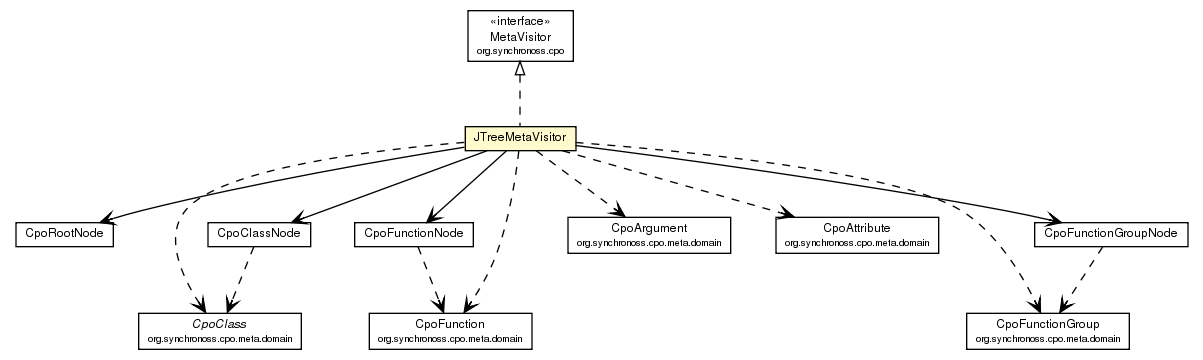
The Graphviz diagram site/apidocs/org/synchronoss/cpo/util/JTreeMetaVisitor.png in synchronoss/cpo-util, before a commit. Its source is kept beside it as site/apidocs/org/synchronoss/cpo/util/JTreeMetaVisitor.dot.
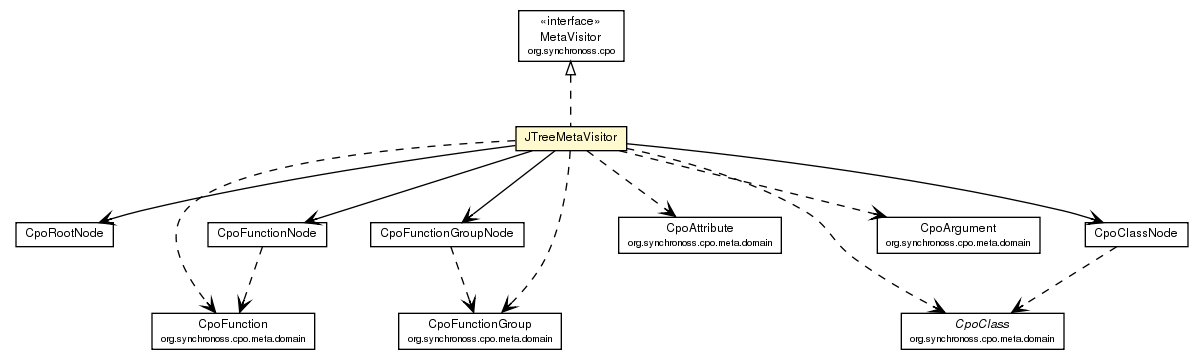
After the commit.

What changed in the source:
```diff
@@ -34,37 +34,37 @@
 	c1707:p -> c1721:p [taillabel="", label="", headlabel="", fontname="Helvetica", fontcolor="black", fontsize=10.0, color="black", arrowhead=open];
 	c1707:p -> c1765:p [taillabel="", label="", headlabel="", fontname="Helvetica", fontcolor="black", fontsize=10.0, color="black", arrowhead=open, style=dashed];
 	c1707:p -> c1766:p [taillabel="", label="", headlabel="", fontname="Helvetica", fontcolor="black", fontsize=10.0, color="black", arrowhead=open, style=dashed];
-	c1707:p -> c1767:p [taillabel="", label="", headlabel="", fontname="Helvetica", fontcolor="black", fontsize=10.0, color="black", arrowhead=open, style=dashed];
 	c1707:p -> c1768:p [taillabel="", label="", headlabel="", fontname="Helvetica", fontcolor="black", fontsize=10.0, color="black", arrowhead=open, style=dashed];
+	c1707:p -> c1769:p [taillabel="", label="", headlabel="", fontname="Helvetica", fontcolor="black", fontsize=10.0, color="black", arrowhead=open, style=dashed];
 	c1707:p -> c1770:p [taillabel="", label="", headlabel="", fontname="Helvetica", fontcolor="black", fontsize=10.0, color="black", arrowhead=open, style=dashed];
-	c1721:p -> c1768:p [taillabel="", label="", headlabel="", fontname="Helvetica", fontcolor="black", fontsize=10.0, color="black", arrowhead=open, style=dashed];
-	c1723:p -> c1765:p [taillabel="", label="", headlabel="", fontname="Helvetica", fontcolor="black", fontsize=10.0, color="black", arrowhead=open, style=dashed];
-	c1728:p -> c1770:p [taillabel="", label="", headlabel="", fontname="Helvetica", fontcolor="black", fontsize=10.0, color="black", arrowhead=open, style=dashed];
-	c1765 [label=<<table border="0" cellborder="1" cellspacing="0" cellpadding="2" port="p" href="http://java.sun.com/j2se/1.4.2/docs/api/org/synchronoss/cpo/meta/domain/CpoClass.html">
+	c1721:p -> c1765:p [taillabel="", label="", headlabel="", fontname="Helvetica", fontcolor="black", fontsize=10.0, color="black", arrowhead=open, style=dashed];
+	c1723:p -> c1770:p [taillabel="", label="", headlabel="", fontname="Helvetica", fontcolor="black", fontsize=10.0, color="black", arrowhead=open, style=dashed];
+	c1728:p -> c1768:p [taillabel="", label="", headlabel="", fontname="Helvetica", fontcolor="black", fontsize=10.0, color="black", arrowhead=open, style=dashed];
+	c1770 [label=<<table border="0" cellborder="1" cellspacing="0" cellpadding="2" port="p" href="http://java.sun.com/j2se/1.4.2/docs/api/org/synchronoss/cpo/meta/domain/CpoClass.html">
 		<tr><td><table border="0" cellspacing="0" cellpadding="1">
 			<tr><td><font face="Helvetica-Oblique"> CpoClass </font></td></tr>
 			<tr><td><font point-size="7.0"> org.synchronoss.cpo.meta.domain </font></td></tr>
 		</table></td></tr>
 		</table>>, fontname="Helvetica", fontcolor="black", fontsize=9.0];
-	c1766 [label=<<table border="0" cellborder="1" cellspacing="0" cellpadding="2" port="p" href="http://java.sun.com/j2se/1.4.2/docs/api/org/synchronoss/cpo/meta/domain/CpoArgument.html">
+	c1769 [label=<<table border="0" cellborder="1" cellspacing="0" cellpadding="2" port="p" href="http://java.sun.com/j2se/1.4.2/docs/api/org/synchronoss/cpo/meta/domain/CpoArgument.html">
 		<tr><td><table border="0" cellspacing="0" cellpadding="1">
 			<tr><td> CpoArgument </td></tr>
 			<tr><td><font point-size="7.0"> org.synchronoss.cpo.meta.domain </font></td></tr>
 		</table></td></tr>
 		</table>>, fontname="Helvetica", fontcolor="black", fontsize=9.0];
-	c1767 [label=<<table border="0" cellborder="1" cellspacing="0" cellpadding="2" port="p" href="http://java.sun.com/j2se/1.4.2/docs/api/org/synchronoss/cpo/meta/domain/CpoAttribute.html">
+	c1766 [label=<<table border="0" cellborder="1" cellspacing="0" cellpadding="2" port="p" href="http://java.sun.com/j2se/1.4.2/docs/api/org/synchronoss/cpo/meta/domain/CpoAttribute.html">
 		<tr><td><table border="0" cellspacing="0" cellpadding="1">
 			<tr><td> CpoAttribute </td></tr>
 			<tr><td><font point-size="7.0"> org.synchronoss.cpo.meta.domain </font></td></tr>
 		</table></td></tr>
 		</table>>, fontname="Helvetica", fontcolor="black", fontsize=9.0];
-	c1768 [label=<<table border="0" cellborder="1" cellspacing="0" cellpadding="2" port="p" href="http://java.sun.com/j2se/1.4.2/docs/api/org/synchronoss/cpo/meta/domain/CpoFunction.html">
+	c1765 [label=<<table border="0" cellborder="1" cellspacing="0" cellpadding="2" port="p" href="http://java.sun.com/j2se/1.4.2/docs/api/org/synchronoss/cpo/meta/domain/CpoFunction.html">
 		<tr><td><table border="0" cellspacing="0" cellpadding="1">
 			<tr><td> CpoFunction </td></tr>
 			<tr><td><font point-size="7.0"> org.synchronoss.cpo.meta.domain </font></td></tr>
 		</table></td></tr>
 		</table>>, fontname="Helvetica", fontcolor="black", fontsize=9.0];
-	c1770 [label=<<table border="0" cellborder="1" cellspacing="0" cellpadding="2" port="p" href="http://java.sun.com/j2se/1.4.2/docs/api/org/synchronoss/cpo/meta/domain/CpoFunctionGroup.html">
+	c1768 [label=<<table border="0" cellborder="1" cellspacing="0" cellpadding="2" port="p" href="http://java.sun.com/j2se/1.4.2/docs/api/org/synchronoss/cpo/meta/domain/CpoFunctionGroup.html">
 		<tr><td><table border="0" cellspacing="0" cellpadding="1">
 			<tr><td> CpoFunctionGroup </td></tr>
 			<tr><td><font point-size="7.0"> org.synchronoss.cpo.meta.domain </font></td></tr>
```
